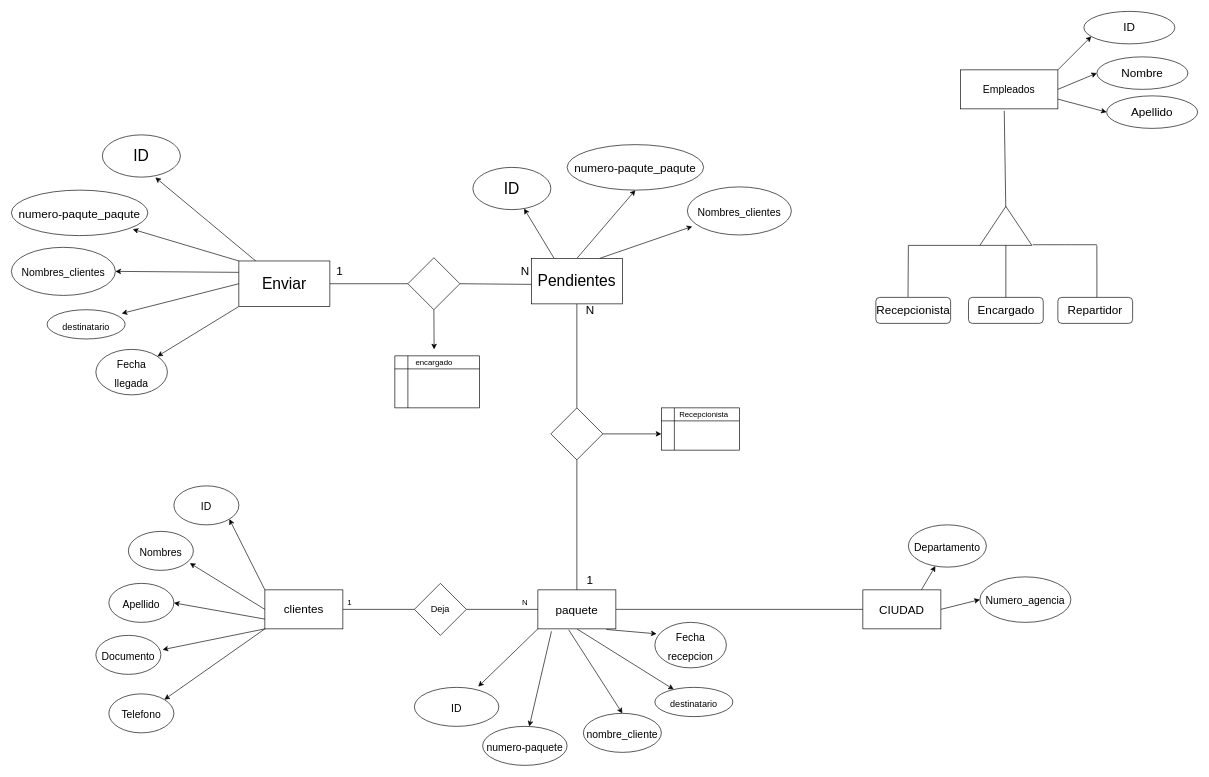
Above: mer_V4.drawio in mateovillaa11/Proyecto_FindeA-o (draw.io), before the change. Source tidied: cells renumbered, new cells numbered last; positions are measured from the earlier drawing's top-left corner, leaving out a move shared by most shapes. Both pictures are drawn from the tidied source at 65%, with x=0, y=0 at pixel (11, 11).
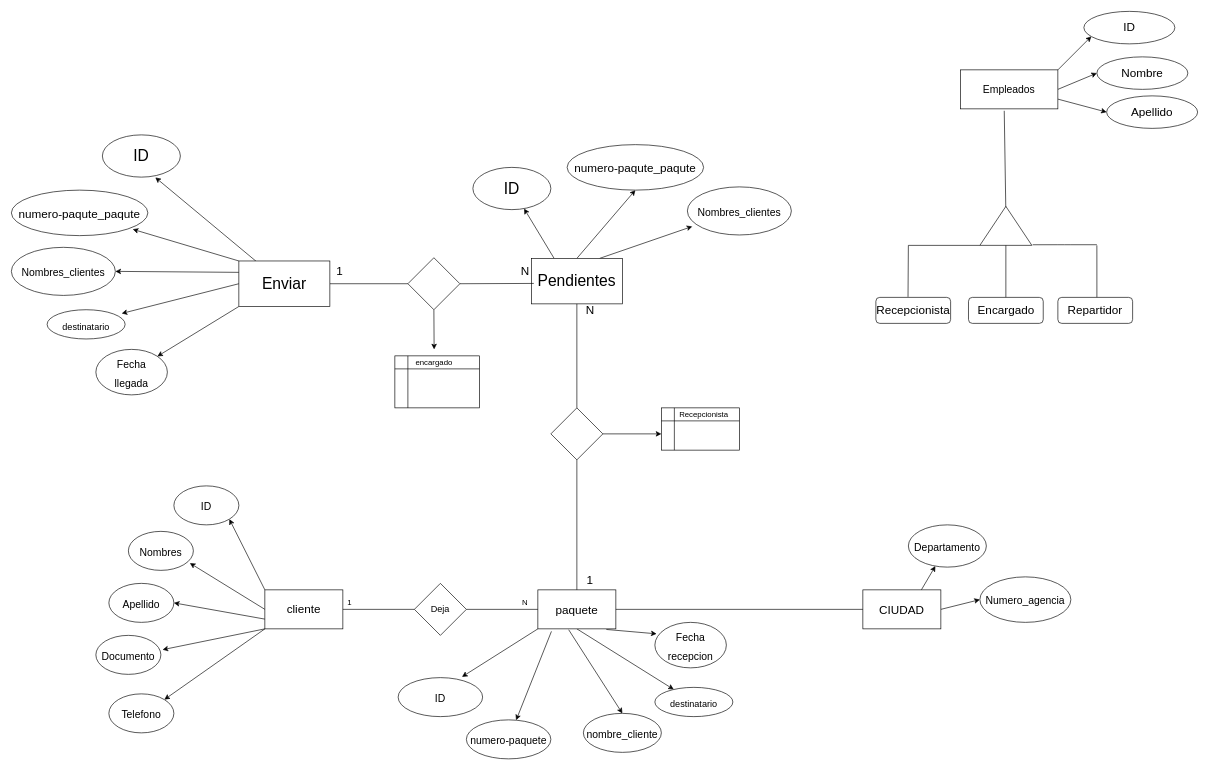
The same page after the edit.

The change refers to these unchanged cells:
```xml
<mxCell id="63" style="rhombus;whiteSpace=wrap;html=1;fontSize=14;" parent="1" vertex="1">
  <mxGeometry x="610" y="379" width="80" height="80" as="geometry" />
</mxCell>
<mxCell id="77" value="N" style="text;html=1;align=center;verticalAlign=middle;points=[];strokeColor=none;fillColor=none;fontSize=18;" parent="1" vertex="1">
  <mxGeometry x="775" y="385" width="30" height="30" as="geometry" />
</mxCell>
```

Diff of the diagram source:
```diff
@@
-    <mxCell id="7" value="&lt;font style=&quot;font-size: 18px&quot;&gt;clientes&lt;/font&gt;" style="rounded=0;whiteSpace=wrap;html=1;" parent="1" vertex="1">
+    <mxCell id="7" value="&lt;font style=&quot;font-size: 18px&quot;&gt;cliente&lt;/font&gt;" style="rounded=0;whiteSpace=wrap;html=1;" parent="1" vertex="1">
       <mxGeometry x="390" y="890" width="120" height="60" as="geometry" />
     </mxCell>
@@
     <mxCell id="19" value="&lt;span style=&quot;font-size: 16px&quot;&gt;numero-paquete&lt;br&gt;&lt;/span&gt;" style="ellipse;whiteSpace=wrap;html=1;fontSize=24;" parent="1" vertex="1">
-      <mxGeometry x="725" y="1100" width="130" height="60" as="geometry" />
+      <mxGeometry x="700" y="1090" width="130" height="60" as="geometry" />
     </mxCell>
@@
-    <mxCell id="61" style="endArrow=none;html=1;fontSize=14;exitX=1;exitY=0.5;exitDx=0;exitDy=0;startArrow=none;" parent="1" edge="1" source="63">
-      <mxGeometry relative="1" as="geometry">
-        <mxPoint x="800" y="420" as="targetPoint" />
-      </mxGeometry>
+    <mxCell id="61" style="endArrow=none;html=1;fontSize=14;exitX=1;exitY=0.5;exitDx=0;exitDy=0;startArrow=none;entryX=0.959;entryY=1.118;entryDx=0;entryDy=0;entryPerimeter=0;" parent="1" edge="1" source="63" target="77">
+      <mxGeometry relative="1" as="geometry" />
     </mxCell>
@@
     <mxCell id="68" value="&lt;span style=&quot;font-size: 16px&quot;&gt;ID&lt;br&gt;&lt;/span&gt;" style="ellipse;whiteSpace=wrap;html=1;fontSize=24;" parent="1" vertex="1">
-      <mxGeometry x="620" y="1040" width="130" height="60" as="geometry" />
+      <mxGeometry x="595" y="1025" width="130" height="60" as="geometry" />
     </mxCell>
```
